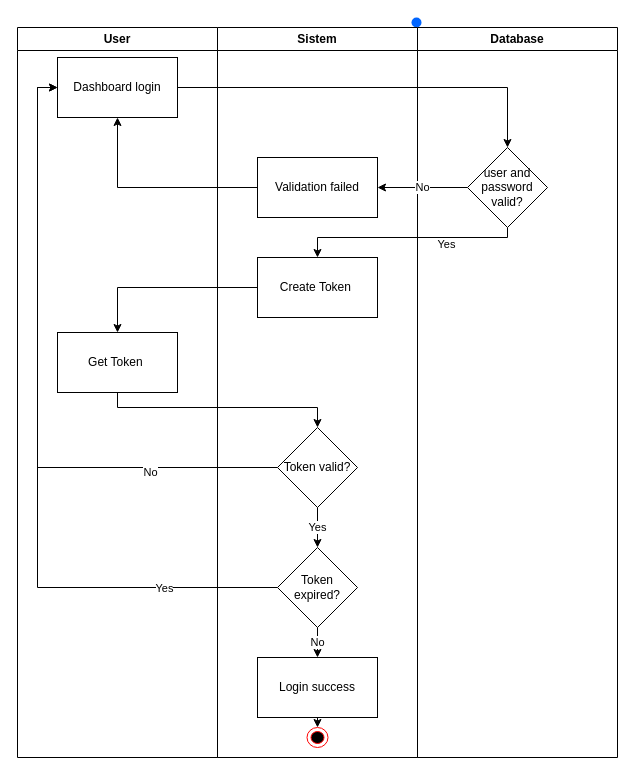
Above: page "Login" (3 of 4) of activityDiagram.drawio in dzikfr/aplikasi-absensi-baharkam-2024 (draw.io), before the change. Source tidied: cells renumbered, new cells numbered last; positions are measured from the earlier drawing's top-left corner, leaving out a move shared by most shapes. Both pictures are drawn from the tidied source at 100%, with x=0, y=0 at pixel (17, 17).
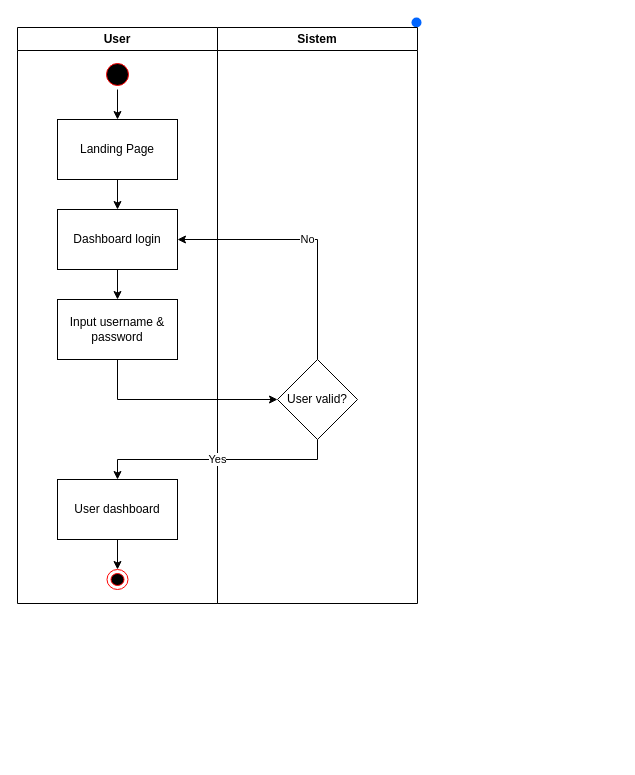
After the change.

Diff of the diagram source:
```diff
@@
-    <mxCell id="2" style="rounded=0;jettySize=auto;html=1;entryX=0.5;entryY=0;entryDx=0;entryDy=0;" parent="1" edge="1" target="7">
-      <mxGeometry relative="1" as="geometry">
-        <mxPoint x="100" y="80" as="sourcePoint" />
-      </mxGeometry>
-    </mxCell>
@@
-    <mxCell id="4" style="edgeStyle=orthogonalEdgeStyle;rounded=0;jettySize=auto;html=1;exitX=0.5;exitY=1;exitDx=0;exitDy=0;entryX=0.5;entryY=0;entryDx=0;entryDy=0;" parent="1" edge="1" source="20" target="10">
-      <mxGeometry relative="1" as="geometry">
-        <Array as="points">
-          <mxPoint x="490" y="220" />
-          <mxPoint x="300" y="220" />
-        </Array>
-      </mxGeometry>
-    </mxCell>
-    <mxCell id="5" value="Yes" style="edgeLabel;html=1;align=center;verticalAlign=middle;" parent="4" vertex="1">
-      <mxGeometry x="-0.35" y="1" relative="1" as="geometry">
-        <mxPoint y="5" as="offset" />
-      </mxGeometry>
-    </mxCell>
     <mxCell id="6" value="User" style="swimlane;whiteSpace=wrap;html=1;" parent="1" vertex="1">
-      <mxGeometry y="10" width="200" height="730" as="geometry" />
+      <mxGeometry y="10" width="200" height="576" as="geometry" />
     </mxCell>
+    <mxCell id="30" style="edgeStyle=orthogonalEdgeStyle;rounded=0;jettySize=auto;html=1;exitX=0.5;exitY=1;exitDx=0;exitDy=0;entryX=0.5;entryY=0;entryDx=0;entryDy=0;" parent="6" edge="1" source="7" target="8">
+      <mxGeometry relative="1" as="geometry" />
+    </mxCell>
     <mxCell id="7" value="Dashboard login" style="rounded=0;whiteSpace=wrap;html=1;" parent="6" vertex="1">
-      <mxGeometry x="40" y="30" width="120" height="60" as="geometry" />
+      <mxGeometry x="40" y="182" width="120" height="60" as="geometry" />
     </mxCell>
-    <mxCell id="8" value="Get Token&amp;nbsp;" style="rounded=0;whiteSpace=wrap;html=1;" parent="6" vertex="1">
-      <mxGeometry x="40" y="305" width="120" height="60" as="geometry" />
+    <mxCell id="8" value="Input username &amp;amp; password" style="rounded=0;whiteSpace=wrap;html=1;" parent="6" vertex="1">
+      <mxGeometry x="40" y="272" width="120" height="60" as="geometry" />
     </mxCell>
+    <mxCell id="31" style="edgeStyle=orthogonalEdgeStyle;rounded=0;jettySize=auto;html=1;exitX=0.5;exitY=1;exitDx=0;exitDy=0;entryX=0.5;entryY=0;entryDx=0;entryDy=0;" parent="6" edge="1" source="32" target="34">
+      <mxGeometry relative="1" as="geometry" />
+    </mxCell>
+    <mxCell id="32" style="ellipse;html=1;shape=startState;fillColor=#000000;strokeColor=#ff0000;" parent="6" vertex="1">
+      <mxGeometry x="85" y="32" width="30" height="30" as="geometry" />
+    </mxCell>
+    <mxCell id="33" style="edgeStyle=orthogonalEdgeStyle;rounded=0;jettySize=auto;html=1;exitX=0.5;exitY=1;exitDx=0;exitDy=0;entryX=0.5;entryY=0;entryDx=0;entryDy=0;" parent="6" edge="1" source="34" target="7">
+      <mxGeometry relative="1" as="geometry" />
+    </mxCell>
+    <mxCell id="34" value="Landing Page" style="rounded=0;whiteSpace=wrap;html=1;" parent="6" vertex="1">
+      <mxGeometry x="40" y="92" width="120" height="60" as="geometry" />
+    </mxCell>
+    <mxCell id="18" style="edgeStyle=orthogonalEdgeStyle;rounded=0;jettySize=auto;html=1;exitX=0.5;exitY=1;exitDx=0;exitDy=0;entryX=0.5;entryY=0;entryDx=0;entryDy=0;" parent="6" edge="1" source="15" target="17">
+      <mxGeometry relative="1" as="geometry" />
+    </mxCell>
+    <mxCell id="15" value="User dashboard" style="rounded=0;whiteSpace=wrap;html=1;" parent="6" vertex="1">
+      <mxGeometry x="40" y="452" width="120" height="60" as="geometry" />
+    </mxCell>
+    <mxCell id="17" style="ellipse;html=1;shape=endState;fillColor=#000000;strokeColor=#ff0000;" parent="6" vertex="1">
+      <mxGeometry x="89.5" y="542" width="21" height="20" as="geometry" />
+    </mxCell>
     <mxCell id="9" value="Sistem" style="swimlane;whiteSpace=wrap;html=1;startSize=23;" parent="1" vertex="1">
-      <mxGeometry x="200" y="10" width="200" height="730" as="geometry" />
+      <mxGeometry x="200" y="10" width="200" height="576" as="geometry" />
     </mxCell>
-    <mxCell id="10" value="Create Token&amp;nbsp;" style="rounded=0;whiteSpace=wrap;html=1;" parent="9" vertex="1">
-      <mxGeometry x="40" y="230" width="120" height="60" as="geometry" />
-    </mxCell>
-    <mxCell id="11" value="Validation failed" style="rounded=0;whiteSpace=wrap;html=1;" parent="9" vertex="1">
-      <mxGeometry x="40" y="130" width="120" height="60" as="geometry" />
-    </mxCell>
-    <mxCell id="12" value="Token valid?" style="rhombus;whiteSpace=wrap;html=1;" parent="9" vertex="1">
-      <mxGeometry x="60" y="400" width="80" height="80" as="geometry" />
+    <mxCell id="12" value="User valid?" style="rhombus;whiteSpace=wrap;html=1;" parent="9" vertex="1">
+      <mxGeometry x="60" y="332" width="80" height="80" as="geometry" />
     </mxCell>
-    <mxCell id="13" value="Token expired?" style="rhombus;whiteSpace=wrap;html=1;" parent="9" vertex="1">
-      <mxGeometry x="60" y="520" width="80" height="80" as="geometry" />
-    </mxCell>
-    <mxCell id="14" value="Yes" style="edgeStyle=orthogonalEdgeStyle;rounded=0;jettySize=auto;html=1;exitX=0.5;exitY=1;exitDx=0;exitDy=0;entryX=0.5;entryY=0;entryDx=0;entryDy=0;" parent="9" edge="1" source="12" target="13">
-      <mxGeometry relative="1" as="geometry" />
-    </mxCell>
-    <mxCell id="15" value="Login success" style="rounded=0;whiteSpace=wrap;html=1;" parent="9" vertex="1">
-      <mxGeometry x="40" y="630" width="120" height="60" as="geometry" />
-    </mxCell>
-    <mxCell id="16" value="No" style="edgeStyle=orthogonalEdgeStyle;rounded=0;jettySize=auto;html=1;exitX=0.5;exitY=1;exitDx=0;exitDy=0;entryX=0.5;entryY=0;entryDx=0;entryDy=0;" parent="9" edge="1" source="13" target="15">
-      <mxGeometry relative="1" as="geometry" />
-    </mxCell>
-    <mxCell id="17" style="ellipse;html=1;shape=endState;fillColor=#000000;strokeColor=#ff0000;" parent="9" vertex="1">
-      <mxGeometry x="89.5" y="700" width="21" height="20" as="geometry" />
-    </mxCell>
-    <mxCell id="18" style="edgeStyle=orthogonalEdgeStyle;rounded=0;jettySize=auto;html=1;exitX=0.5;exitY=1;exitDx=0;exitDy=0;entryX=0.5;entryY=0;entryDx=0;entryDy=0;" parent="9" edge="1" source="15" target="17">
-      <mxGeometry relative="1" as="geometry" />
-    </mxCell>
-    <mxCell id="19" value="Database" style="swimlane;whiteSpace=wrap;html=1;startSize=23;" parent="1" vertex="1">
-      <mxGeometry x="400" y="10" width="200" height="730" as="geometry" />
-    </mxCell>
-    <mxCell id="20" value="user and password valid?" style="rhombus;whiteSpace=wrap;html=1;" parent="19" vertex="1">
-      <mxGeometry x="50" y="120" width="80" height="80" as="geometry" />
-    </mxCell>
-    <mxCell id="21" value="No" style="edgeStyle=orthogonalEdgeStyle;rounded=0;jettySize=auto;html=1;exitX=0;exitY=0.5;exitDx=0;exitDy=0;entryX=1;entryY=0.5;entryDx=0;entryDy=0;" parent="1" edge="1" source="20" target="11">
-      <mxGeometry relative="1" as="geometry" />
-    </mxCell>
-    <mxCell id="22" style="edgeStyle=orthogonalEdgeStyle;rounded=0;jettySize=auto;html=1;exitX=1;exitY=0.5;exitDx=0;exitDy=0;entryX=0.5;entryY=0;entryDx=0;entryDy=0;" parent="1" edge="1" source="7" target="20">
-      <mxGeometry relative="1" as="geometry" />
-    </mxCell>
-    <mxCell id="23" style="edgeStyle=orthogonalEdgeStyle;rounded=0;jettySize=auto;html=1;exitX=0;exitY=0.5;exitDx=0;exitDy=0;entryX=0.5;entryY=1;entryDx=0;entryDy=0;" parent="1" edge="1" source="11" target="7">
-      <mxGeometry relative="1" as="geometry" />
-    </mxCell>
-    <mxCell id="24" style="edgeStyle=orthogonalEdgeStyle;rounded=0;jettySize=auto;html=1;exitX=0;exitY=0.5;exitDx=0;exitDy=0;entryX=0.5;entryY=0;entryDx=0;entryDy=0;" parent="1" edge="1" source="10" target="8">
-      <mxGeometry relative="1" as="geometry" />
-    </mxCell>
-    <mxCell id="25" style="edgeStyle=orthogonalEdgeStyle;rounded=0;jettySize=auto;html=1;exitX=0.5;exitY=1;exitDx=0;exitDy=0;entryX=0.5;entryY=0;entryDx=0;entryDy=0;" parent="1" edge="1" source="8" target="12">
-      <mxGeometry relative="1" as="geometry">
-        <Array as="points">
-          <mxPoint x="100" y="390" />
-          <mxPoint x="300" y="390" />
-        </Array>
-      </mxGeometry>
+    <mxCell id="25" style="edgeStyle=orthogonalEdgeStyle;rounded=0;jettySize=auto;html=1;exitX=0.5;exitY=1;exitDx=0;exitDy=0;entryX=0;entryY=0.5;entryDx=0;entryDy=0;" parent="1" edge="1" source="8" target="12">
+      <mxGeometry relative="1" as="geometry" />
     </mxCell>
-    <mxCell id="26" style="edgeStyle=orthogonalEdgeStyle;rounded=0;jettySize=auto;html=1;exitX=0;exitY=0.5;exitDx=0;exitDy=0;entryX=0;entryY=0.5;entryDx=0;entryDy=0;" parent="1" edge="1" source="12" target="7">
+    <mxCell id="26" value="No" style="edgeStyle=orthogonalEdgeStyle;rounded=0;jettySize=auto;html=1;exitX=0.5;exitY=0;exitDx=0;exitDy=0;entryX=1;entryY=0.5;entryDx=0;entryDy=0;" parent="1" edge="1" source="12" target="7">
       <mxGeometry relative="1" as="geometry" />
     </mxCell>
-    <mxCell id="27" value="No" style="edgeLabel;html=1;align=center;verticalAlign=middle;" parent="26" vertex="1">
-      <mxGeometry x="-0.6" y="4" relative="1" as="geometry" />
-    </mxCell>
-    <mxCell id="28" style="edgeStyle=orthogonalEdgeStyle;rounded=0;jettySize=auto;html=1;exitX=0;exitY=0.5;exitDx=0;exitDy=0;entryX=0;entryY=0.5;entryDx=0;entryDy=0;" parent="1" edge="1" source="13" target="7">
-      <mxGeometry relative="1" as="geometry" />
-    </mxCell>
-    <mxCell id="29" value="Yes" style="edgeLabel;html=1;align=center;verticalAlign=middle;" parent="28" vertex="1">
-      <mxGeometry x="-0.7" relative="1" as="geometry" />
-    </mxCell>
+    <mxCell id="14" value="Yes" style="edgeStyle=orthogonalEdgeStyle;rounded=0;jettySize=auto;html=1;exitX=0.5;exitY=1;exitDx=0;exitDy=0;entryX=0.5;entryY=0;entryDx=0;entryDy=0;" parent="1" edge="1" source="12" target="15">
+      <mxGeometry relative="1" as="geometry">
+        <Array as="points">
+          <mxPoint x="300" y="442" />
+          <mxPoint x="100" y="442" />
+        </Array>
+      </mxGeometry>
+    </mxCell>
```
